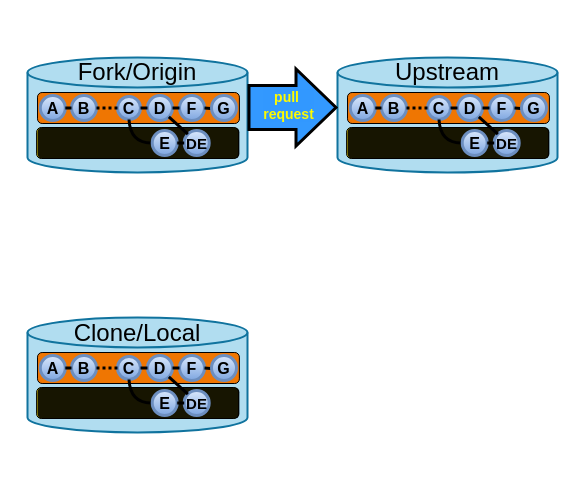
Before: materials/images/BaseDiagram.drawio in HFOSSedu/GitKit-Codespace, a draw.io diagram. Source tidied: cells renumbered, new cells numbered last; positions are measured from the earlier drawing's top-left corner, leaving out a move shared by most shapes. Both pictures are drawn from the tidied source at 100%, with x=0, y=0 at pixel (17, 17).
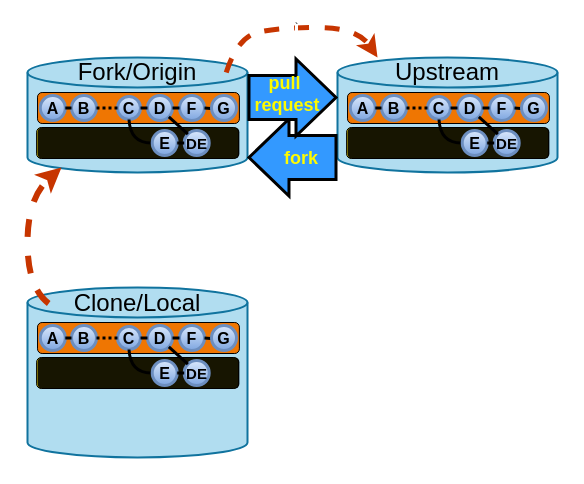
The same page after the edit.

The change refers to these unchanged cells:
```xml
<mxCell id="8" value="Fork/Origin" style="text;html=1;whiteSpace=wrap;strokeColor=none;fillColor=none;align=center;verticalAlign=middle;rounded=0;fontSize=24;" parent="6" vertex="1">
  <mxGeometry x="21.2" width="177.5" height="30" as="geometry" />
</mxCell>
<mxCell id="30" style="group;fontSize=7;" parent="1" vertex="1">
  <mxGeometry x="320" y="40" width="220" height="115" as="geometry" />
</mxCell>
<mxCell id="32" value="Upstream" style="text;html=1;whiteSpace=wrap;strokeColor=none;fillColor=none;align=center;verticalAlign=middle;rounded=0;fontSize=24;" parent="30" vertex="1">
  <mxGeometry x="21.2" width="177.5" height="30" as="geometry" />
</mxCell>
<mxCell id="58" value="Clone/Local" style="text;html=1;whiteSpace=wrap;strokeColor=none;fillColor=none;align=center;verticalAlign=middle;rounded=0;fontSize=24;" parent="56" vertex="1">
  <mxGeometry x="21.2" y="1" width="177.5" height="30" as="geometry" />
</mxCell>
```

Diff of the diagram source:
```diff
@@
-    <mxCell id="54" value="&lt;div&gt;pull&amp;nbsp;&lt;/div&gt;&lt;div&gt;request&lt;/div&gt;" style="shape=flexArrow;endArrow=classic;html=1;rounded=0;fillColor=#3399FF;width=42;endSize=12.33;endWidth=30;fontSize=14;labelBackgroundColor=light-dark(#3298ff, #ededed);fontColor=light-dark(#fefb00, #ededed);fontStyle=1;labelBorderColor=none;strokeWidth=3;exitX=1;exitY=0.5;exitDx=0;exitDy=0;exitPerimeter=0;" parent="30" edge="1">
-      <mxGeometry x="-0.1" y="3" relative="1" as="geometry">
-        <mxPoint x="-90" y="50" as="sourcePoint" />
-        <mxPoint y="50" as="targetPoint" />
-        <mxPoint y="1" as="offset" />
-      </mxGeometry>
-    </mxCell>
@@
     <mxCell id="56" style="group;" parent="1" vertex="1">
-      <mxGeometry x="10" y="300" width="220" height="115" as="geometry" />
+      <mxGeometry x="10" y="270" width="220" height="170" as="geometry" />
     </mxCell>
     <mxCell id="57" style="shape=cylinder3;whiteSpace=wrap;html=1;boundedLbl=1;backgroundOutline=1;size=15;labelBackgroundColor=default;fillColor=#b1ddf0;strokeColor=#10739e;strokeWidth=2;" parent="56" vertex="1">
-      <mxGeometry width="220" height="115" as="geometry" />
+      <mxGeometry width="220" height="170" as="geometry" />
     </mxCell>
@@
+    <mxCell id="80" value="fork" style="shape=flexArrow;endArrow=classic;rounded=0;fillColor=#3399FF;width=42;endSize=12.33;endWidth=30;fontSize=18;labelBackgroundColor=none;fontColor=light-dark(#fefb00, #ededed);fontStyle=1;labelBorderColor=none;strokeWidth=3;align=center;spacing=0;spacingLeft=10;spacingBottom=10;" parent="1" edge="1">
+      <mxGeometry x="-0.1" y="3" relative="1" as="geometry">
+        <mxPoint x="320" y="140" as="sourcePoint" />
+        <mxPoint x="230" y="140" as="targetPoint" />
+        <mxPoint y="1" as="offset" />
+      </mxGeometry>
+    </mxCell>
+    <mxCell id="54" value="pull &#10;request" style="shape=flexArrow;endArrow=classic;rounded=0;fillColor=#3399FF;width=42;endSize=12.33;endWidth=30;fontSize=18;labelBackgroundColor=none;fontColor=light-dark(#fefb00, #ededed);fontStyle=1;labelBorderColor=none;strokeWidth=3;exitX=1;exitY=0.5;exitDx=0;exitDy=0;exitPerimeter=0;align=center;spacingLeft=-20;spacing=0;verticalAlign=middle;spacingBottom=0;spacingTop=10;" parent="1" edge="1">
+      <mxGeometry x="0.11" y="10" relative="1" as="geometry">
+        <mxPoint x="230" y="80" as="sourcePoint" />
+        <mxPoint x="320" y="80" as="targetPoint" />
+      </mxGeometry>
+    </mxCell>
+    <mxCell id="81" value="`" style="curved=1;endArrow=classic;html=1;rounded=0;entryX=0.106;entryY=0;entryDx=0;entryDy=0;strokeWidth=5;dashed=1;flowAnimation=0;fillColor=#fa6800;strokeColor=#C73500;shadow=0;exitX=1;exitY=0.5;exitDx=0;exitDy=0;entryPerimeter=0;" parent="1" edge="1" source="8" target="32">
+      <mxGeometry relative="1" as="geometry">
+        <Array as="points">
+          <mxPoint x="220" y="20" />
+          <mxPoint x="260" y="10" />
+          <mxPoint x="340" y="10" />
+        </Array>
+      </mxGeometry>
+    </mxCell>
+    <mxCell id="82" style="curved=1;endArrow=classic;html=1;rounded=0;exitX=0;exitY=0.5;exitDx=0;exitDy=0;entryX=0;entryY=0.5;entryDx=0;entryDy=0;entryPerimeter=0;fillColor=#fa6800;strokeColor=#C73500;strokeWidth=6;dashed=1;" parent="1" edge="1" source="58">
+      <mxGeometry relative="1" as="geometry">
+        <mxPoint x="44" y="150" as="targetPoint" />
+        <Array as="points">
+          <mxPoint x="10" y="270" />
+          <mxPoint x="10" y="180" />
+        </Array>
+      </mxGeometry>
+    </mxCell>
```
